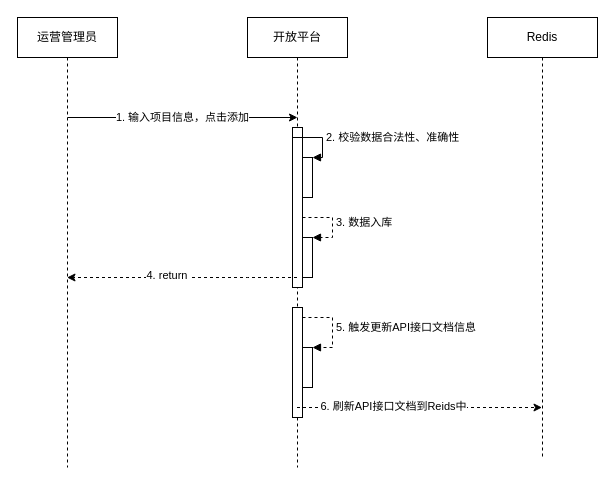
Above: 开放平台添加项目功能.drawio in laowang-cloud/diagrams (draw.io), before the change. Source tidied: cells renumbered, new cells numbered last; positions are measured from the earlier drawing's top-left corner, leaving out a move shared by most shapes. Both pictures are drawn from the tidied source at 100%, with x=0, y=0 at pixel (17, 17).
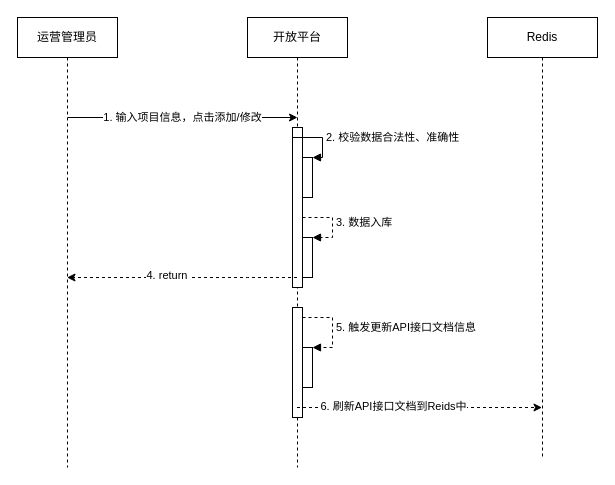
The same diagram, later.

Commit message (it also covers changes not shown here):
更新开放平台添加项目功能.drawio

Change to the diagram source:
```diff
@@
-    <mxCell id="13" value="1. 输入项目信息，点击添加" style="endArrow=classic;html=1;" parent="1" edge="1">
+    <mxCell id="13" value="1. 输入项目信息，点击添加/修改" style="endArrow=classic;html=1;" parent="1" edge="1">
       <mxGeometry relative="1" as="geometry">
         <mxPoint x="50" y="100" as="sourcePoint" />
         <mxPoint x="280" y="100" as="targetPoint" />
       </mxGeometry>
     </mxCell>
```
